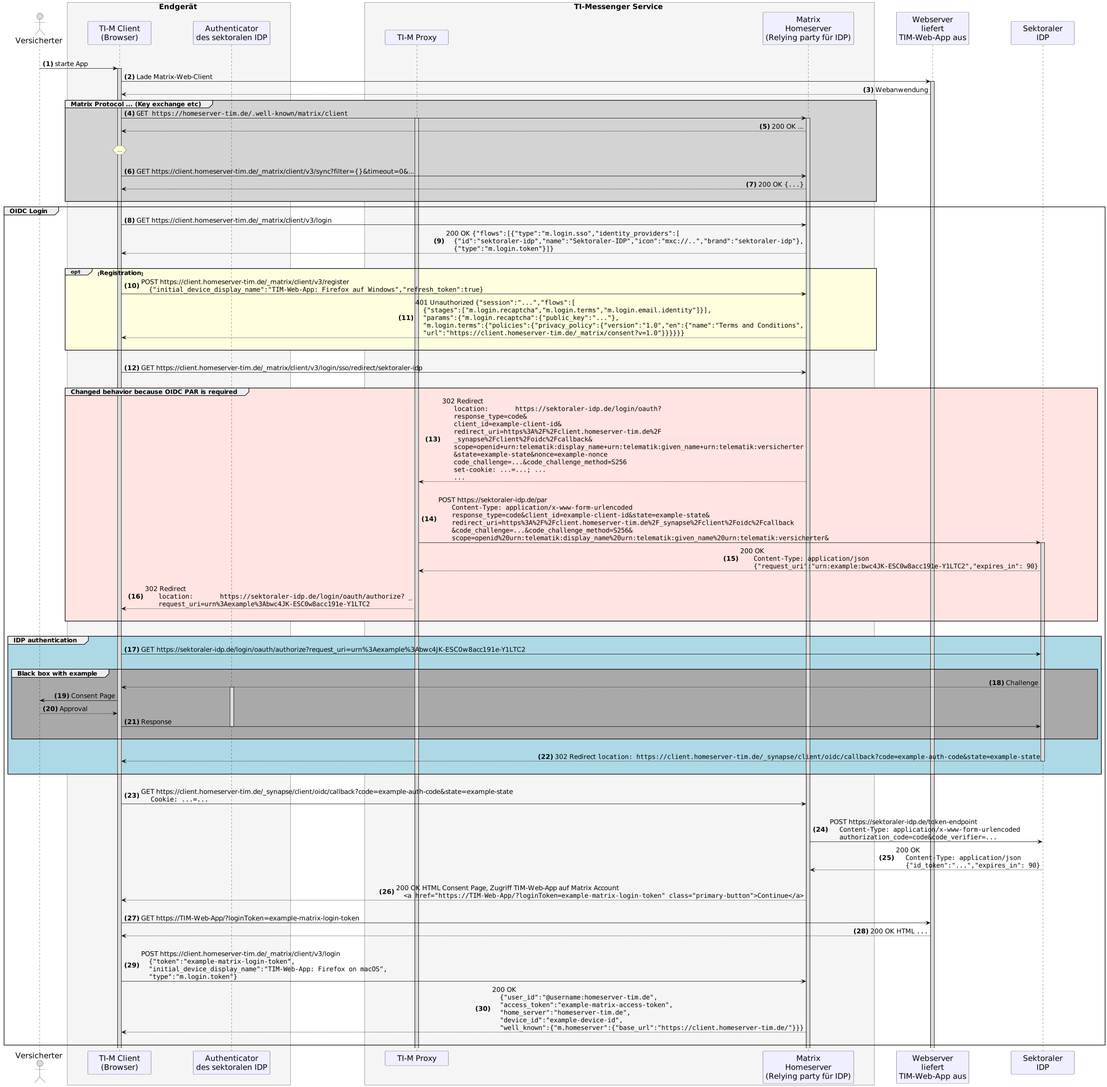
gematik/api-ti-messenger keeps this PlantUML diagram as images/diagrams/TI-Messenger-Dienst/Ressourcen/TI-Messenger_OIDC_Login.png. Above is the earlier version.
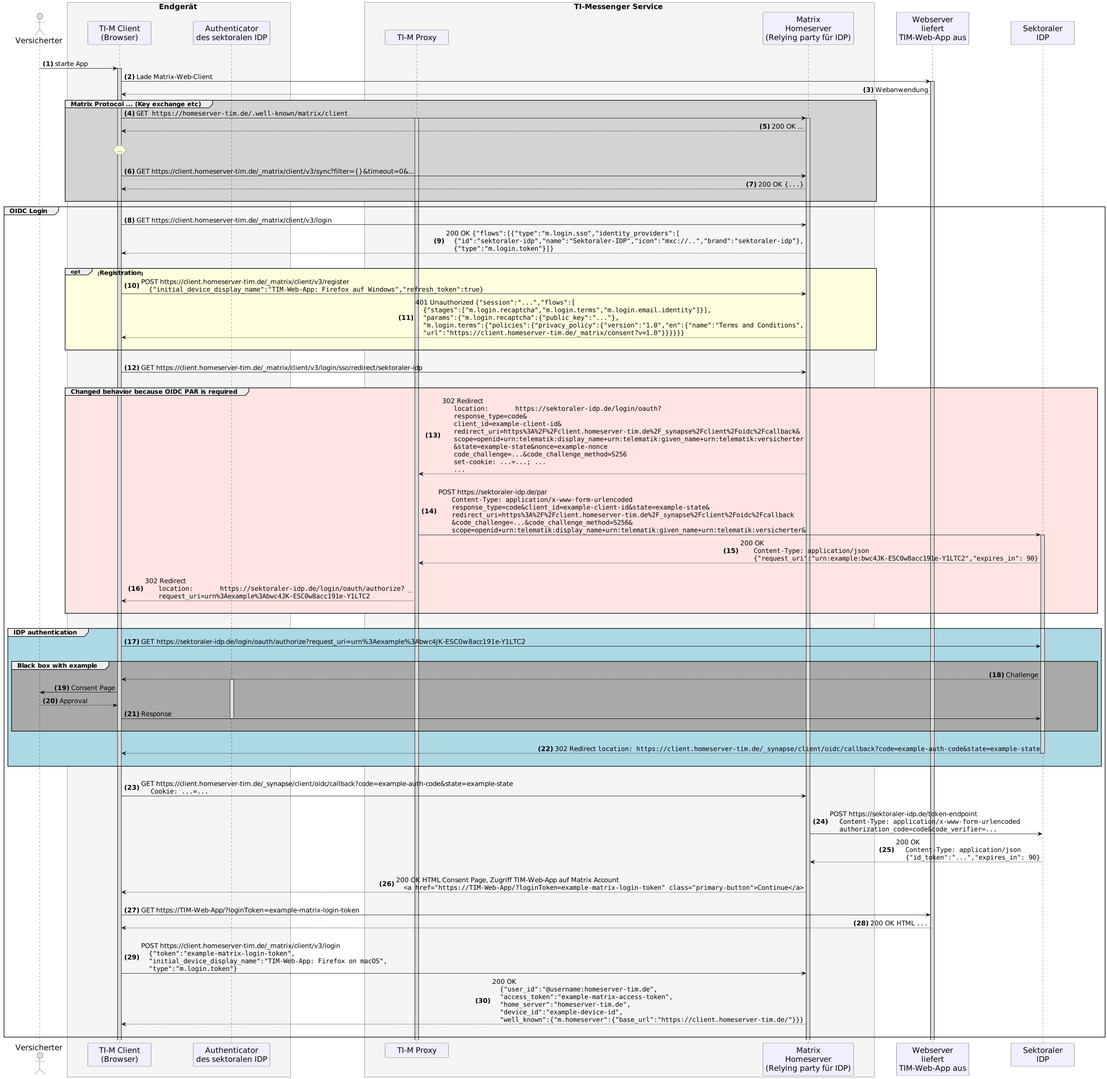
Above is the later version.

Change to the diagram source:
```diff
@@ -73,9 +73,9 @@
     app -> hs: GET https://client.homeserver-tim.de/_matrix/client/v3/login/sso/redirect/sektoraler-idp
     |||
     group #MistyRose <size:16>Changed behavior because OIDC PAR is required</size>
-      hs --> pr: 302 Redirect\n      ""location:	https://sektoraler-idp.de/login/oauth?""\n      ""response_type=code&""\n      ""client_id=example-client-id&""\n      ""redirect_uri=https%3A%2F%2Fclient.homeserver-tim.de%2F""\n      ""_synapse%2Fclient%2Foidc%2Fcallback&""\n      ""scope=openid+urn:telematik:display_name+urn:telematik:given_name+urn:telematik:versicherter""\n      ""&state=example-state&nonce=example-nonce""\n      ""code_challenge=...&code_challenge_method=S256""\n      ""set-cookie: ...=...; ...""\n      ""...""
+      hs --> pr: 302 Redirect\n      ""location:	https://sektoraler-idp.de/login/oauth?""\n      ""response_type=code&""\n      ""client_id=example-client-id&""\n      ""redirect_uri=https%3A%2F%2Fclient.homeserver-tim.de%2F_synapse%2Fclient%2Foidc%2Fcallback&""\n      ""scope=openid+urn:telematik:display_name+urn:telematik:given_name+urn:telematik:versicherter""\n      ""&state=example-state&nonce=example-nonce""\n      ""code_challenge=...&code_challenge_method=S256""\n      ""set-cookie: ...=...; ...""\n      ""...""
       |||
-      pr -> idp: POST https://sektoraler-idp.de/par\n       ""Content-Type: application/x-www-form-urlencoded""\n       ""response_type=code&client_id=example-client-id&state=example-state&""\n       ""redirect_uri=https%3A%2F%2Fclient.homeserver-tim.de%2F_synapse%2Fclient%2Foidc%2Fcallback""\n       ""&code_challenge=...&code_challenge_method=S256&""\n       ""scope=openid%20urn:telematik:display_name%20urn:telematik:given_name%20urn:telematik:versicherter&""
+      pr -> idp: POST https://sektoraler-idp.de/par\n       ""Content-Type: application/x-www-form-urlencoded""\n       ""response_type=code&client_id=example-client-id&state=example-state&""\n       ""redirect_uri=https%3A%2F%2Fclient.homeserver-tim.de%2F_synapse%2Fclient%2Foidc%2Fcallback""\n       ""&code_challenge=...&code_challenge_method=S256&""\n       ""scope=openid+urn:telematik:display_name+urn:telematik:given_name+urn:telematik:versicherter&""
       activate idp
       idp --> pr: 200 OK\n       ""Content-Type: application/json""\n       ""{"request_uri":"urn:example:bwc4JK-ESC0w8acc191e-Y1LTC2","expires_in": 90}""
       |||
```
